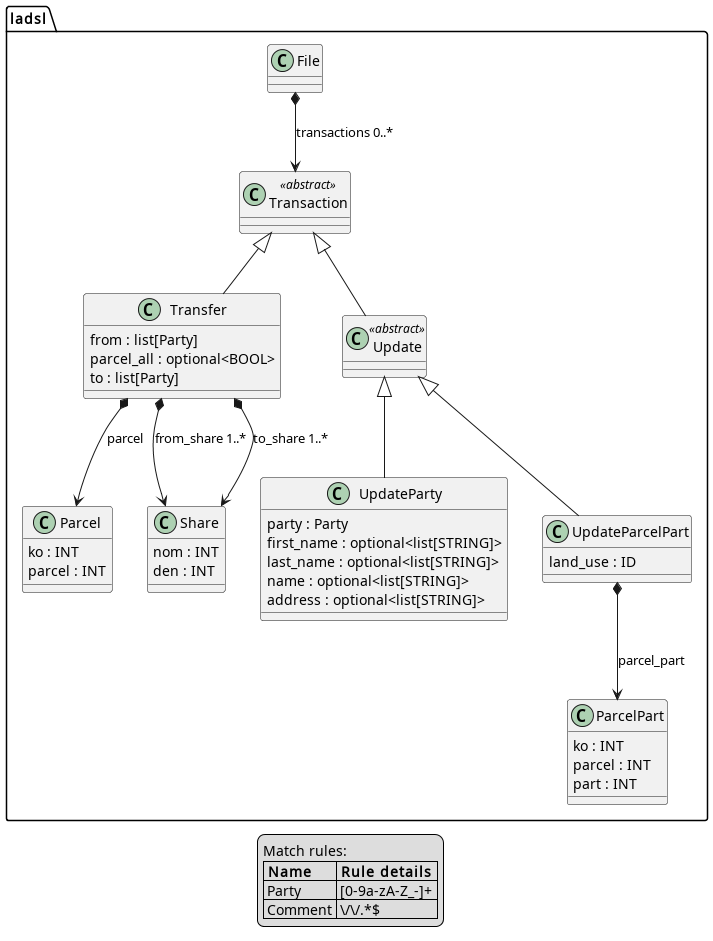
Earlier version of the PlantUML export ladsl/ladsl.png (djordjeprzulj/ladsl).
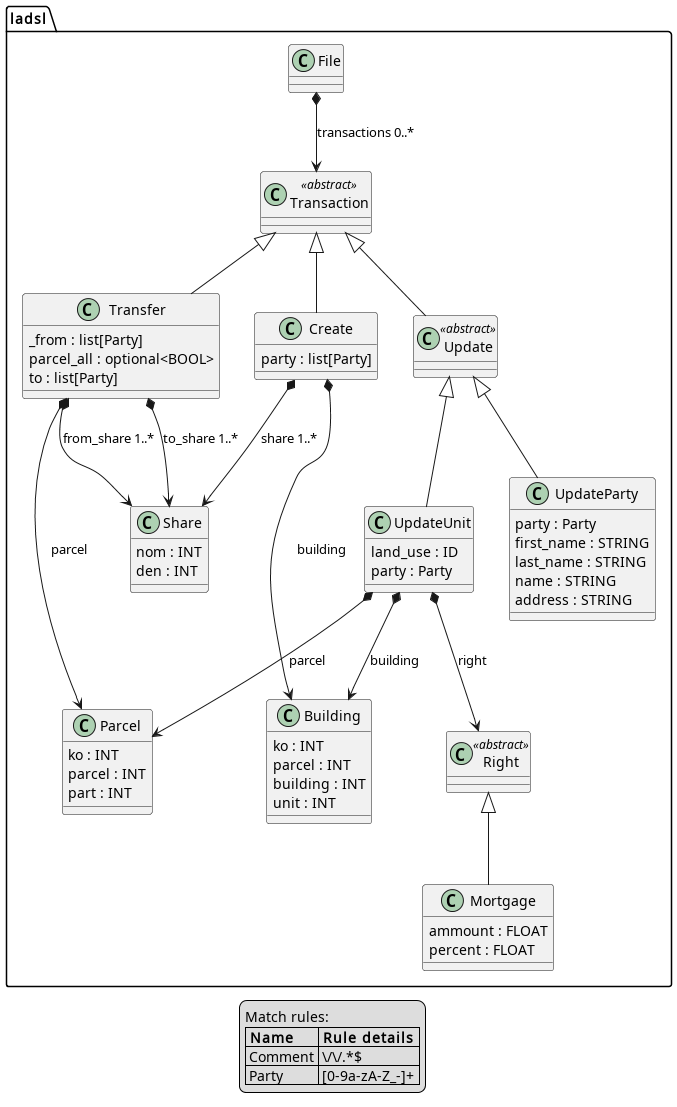
Above is the later version.

Diff of the diagram source:
```diff
@@ -11,7 +11,7 @@
 
 
 class ladsl.Transfer  {
-  from : list[Party]
+  _from : list[Party]
   parcel_all : optional<BOOL>
   to : list[Party]
 }
@@ -20,6 +20,15 @@
 class ladsl.Parcel  {
   ko : INT
   parcel : INT
+  part : INT
+}
+
+
+class ladsl.Building  {
+  ko : INT
+  parcel : INT
+  building : INT
+  unit : INT
 }
 
 
@@ -35,40 +44,55 @@
 
 class ladsl.UpdateParty  {
   party : Party
-  first_name : optional<list[STRING]>
-  last_name : optional<list[STRING]>
-  name : optional<list[STRING]>
-  address : optional<list[STRING]>
+  first_name : STRING
+  last_name : STRING
+  name : STRING
+  address : STRING
 }
 
 
-class ladsl.UpdateParcelPart  {
+class ladsl.UpdateUnit  {
   land_use : ID
+  party : Party
 }
 
 
-class ladsl.ParcelPart  {
-  ko : INT
-  parcel : INT
-  part : INT
+class ladsl.Right <<abstract>> {
+}
+
+
+class ladsl.Mortgage  {
+  ammount : FLOAT
+  percent : FLOAT
+}
+
+
+class ladsl.Create  {
+  party : list[Party]
 }
 
 
 ladsl.File *--> ladsl.Transaction: transactions 0..*
 ladsl.Transaction <|-- ladsl.Transfer
 ladsl.Transaction <|-- ladsl.Update
+ladsl.Transaction <|-- ladsl.Create
 ladsl.Transfer *--> ladsl.Parcel: parcel
 ladsl.Transfer *--> ladsl.Share: from_share 1..*
 ladsl.Transfer *--> ladsl.Share: to_share 1..*
 ladsl.Update <|-- ladsl.UpdateParty
-ladsl.Update <|-- ladsl.UpdateParcelPart
-ladsl.UpdateParcelPart *--> ladsl.ParcelPart: parcel_part
+ladsl.Update <|-- ladsl.UpdateUnit
+ladsl.UpdateUnit *--> ladsl.Parcel: parcel
+ladsl.UpdateUnit *--> ladsl.Building: building
+ladsl.UpdateUnit *--> ladsl.Right: right
+ladsl.Right <|-- ladsl.Mortgage
+ladsl.Create *--> ladsl.Building: building
+ladsl.Create *--> ladsl.Share: share 1..*
 
 legend
   Match rules:
   |= Name  |= Rule details |
+  | Comment | \\/\\/.*$ |
   | Party | [0-9a-zA-Z_-]+ |
-  | Comment | \\/\\/.*$ |
 end legend
 
 @enduml
```
